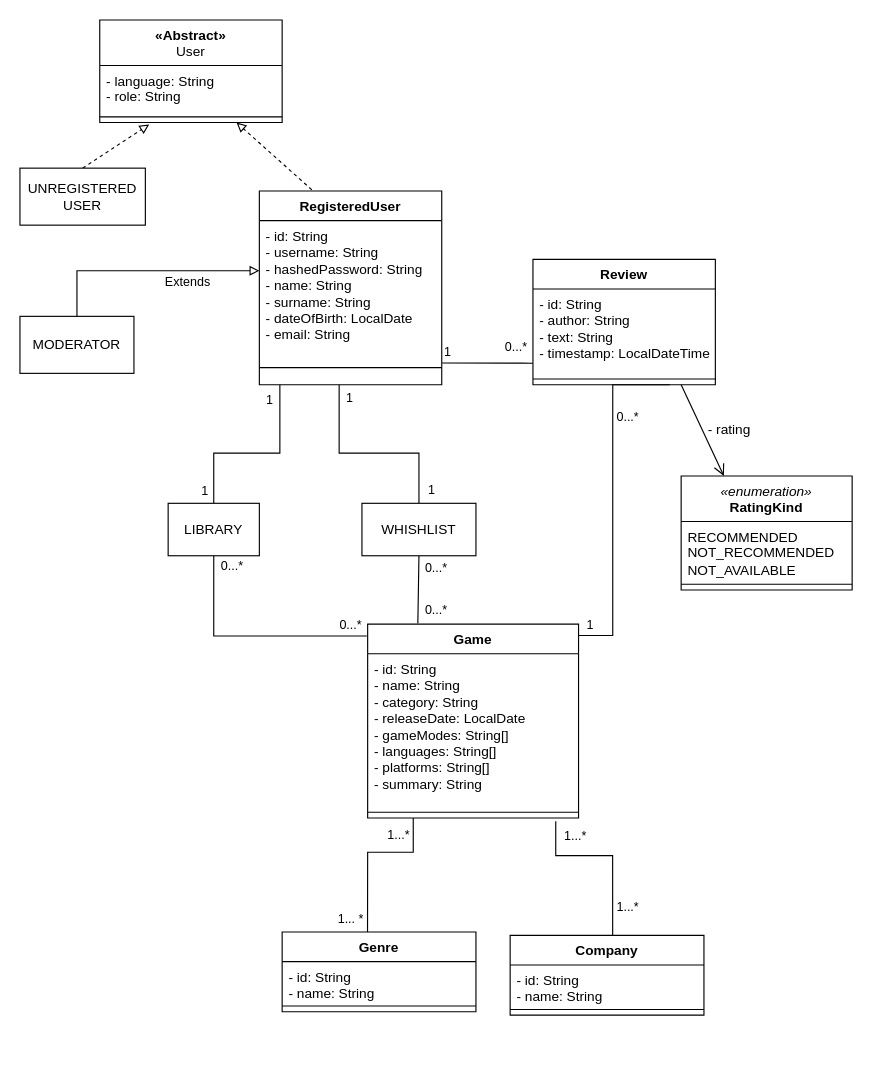
lorenzoceccanti/pixelindex keeps this draw.io diagram as Diagrams/UML class diagram (complete).drawio. Above is the earlier version. Source tidied: cells renumbered, new cells numbered last; positions are measured from the earlier drawing's top-left corner, leaving out a move shared by most shapes. Both pictures are drawn from the tidied source at 114%, with x=0, y=0 at pixel (19, 19).
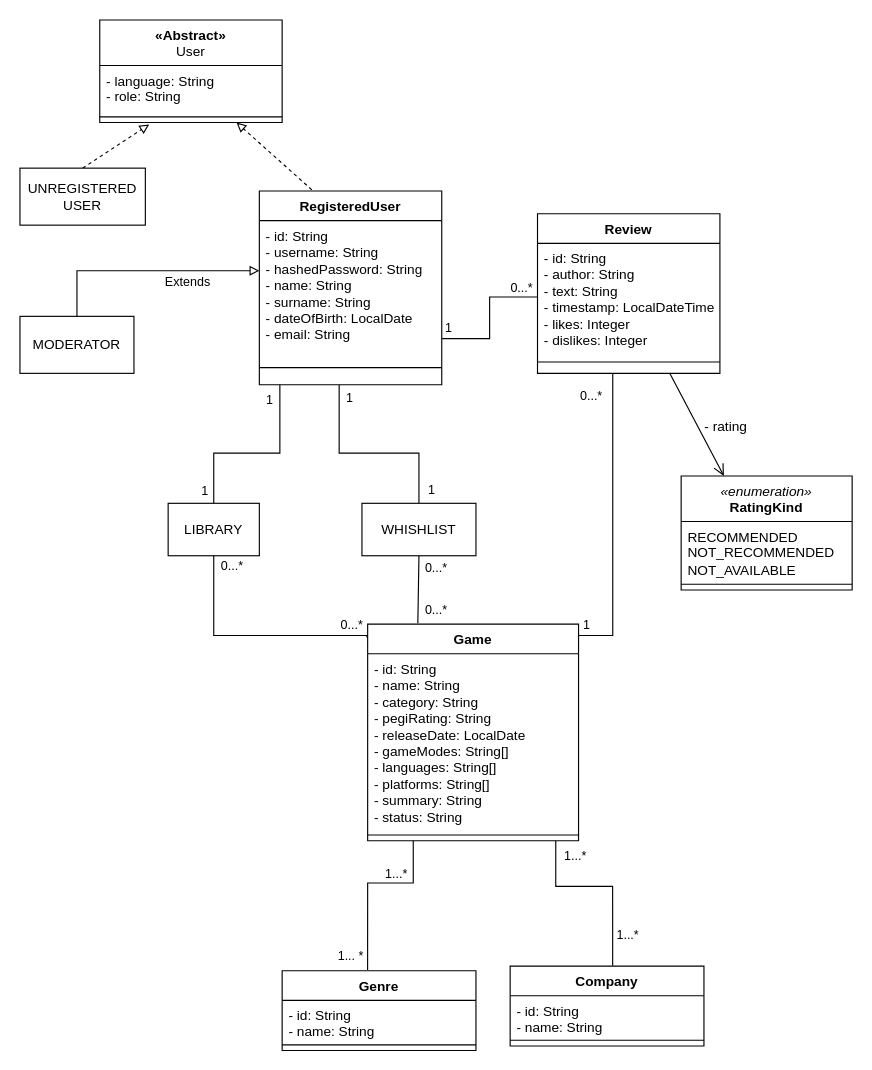
After the change.

Commit message:
aggiornati i campi del modello UML class diagram

The change refers to these unchanged cells:
```xml
<mxCell id="43" value="&lt;span style=&quot;font-style: italic; font-weight: normal;&quot;&gt;«enumeration»&lt;/span&gt;&lt;br&gt;RatingKind" style="swimlane;fontStyle=1;align=center;verticalAlign=top;horizontal=1;startSize=40;whiteSpace=wrap;html=1;fillStyle=auto;" parent="1" vertex="1">
  <mxGeometry x="580" y="400" width="150" height="100" as="geometry" />
</mxCell>
<mxCell id="52" value="- id: String&lt;br&gt;- username: String&lt;br&gt;- hashedPassword: String&lt;br&gt;- name: String&lt;br&gt;- surname: String&lt;br&gt;- dateOfBirth: LocalDate&lt;br&gt;- email: String" style="text;strokeColor=none;fillColor=none;align=left;verticalAlign=top;spacingLeft=4;spacingRight=4;overflow=hidden;points=[[0,0.5],[1,0.5]];portConstraint=eastwest;whiteSpace=wrap;html=1;" parent="51" vertex="1">
  <mxGeometry y="26" width="160" height="114" as="geometry" />
</mxCell>
<mxCell id="53" style="line;strokeWidth=1;fillColor=none;align=left;verticalAlign=middle;spacingTop=-1;spacingLeft=3;spacingRight=3;labelPosition=right;points=[];portConstraint=eastwest;strokeColor=inherit;" parent="51" vertex="1">
  <mxGeometry y="140" width="160" height="30" as="geometry" />
</mxCell>
```

Change to the diagram source:
```diff
@@
-    <mxCell id="11" style="edgeStyle=orthogonalEdgeStyle;rounded=0;jettySize=auto;html=1;entryX=0;entryY=0.88;entryDx=0;entryDy=0;endArrow=none;endFill=0;exitX=1.002;exitY=0.365;exitDx=0;exitDy=0;exitPerimeter=0;entryPerimeter=0;" parent="1" edge="1" source="53" target="29">
-      <mxGeometry relative="1" as="geometry">
-        <Array as="points">
-          <mxPoint x="440" y="301" />
-        </Array>
-      </mxGeometry>
+    <mxCell id="11" style="edgeStyle=orthogonalEdgeStyle;rounded=0;jettySize=auto;html=1;endArrow=none;endFill=0;exitX=1.002;exitY=0.908;exitDx=0;exitDy=0;exitPerimeter=0;" parent="1" edge="1" source="52" target="29">
+      <mxGeometry relative="1" as="geometry" />
     </mxCell>
@@
     <mxCell id="13" value="0...*" style="edgeLabel;html=1;align=center;verticalAlign=middle;" parent="11" vertex="1">
       <mxGeometry x="0.93" relative="1" as="geometry">
-        <mxPoint x="-13" y="-15" as="offset" />
+        <mxPoint x="-10" y="-9" as="offset" />
       </mxGeometry>
     </mxCell>
@@
     <mxCell id="25" style="edgeStyle=orthogonalEdgeStyle;rounded=0;orthogonalLoop=1;jettySize=auto;html=1;exitX=1;exitY=0.5;exitDx=0;exitDy=0;endArrow=none;endFill=0;" parent="1" edge="1">
       <mxGeometry relative="1" as="geometry">
         <mxPoint x="410" y="541.1" as="sourcePoint" />
-        <mxPoint x="570" y="320" as="targetPoint" />
+        <mxPoint x="520" y="310" as="targetPoint" />
         <Array as="points">
           <mxPoint x="410" y="540" />
           <mxPoint x="520" y="540" />
           <mxPoint x="520" y="320" />
         </Array>
       </mxGeometry>
     </mxCell>
     <mxCell id="26" value="0...*" style="edgeLabel;html=1;align=center;verticalAlign=middle;" parent="25" vertex="1">
       <mxGeometry x="0.95" y="1" relative="1" as="geometry">
-        <mxPoint x="-28" y="28" as="offset" />
+        <mxPoint x="-19" y="11" as="offset" />
       </mxGeometry>
     </mxCell>
@@
     <mxCell id="28" value="Review" style="swimlane;fontStyle=1;align=center;verticalAlign=top;horizontal=1;startSize=26;whiteSpace=wrap;html=1;fillStyle=auto;" parent="1" vertex="1">
-      <mxGeometry x="450" y="210" width="160" height="110" as="geometry" />
+      <mxGeometry x="454" y="170" width="160" height="140" as="geometry" />
     </mxCell>
-    <mxCell id="29" value="- id: String&lt;br&gt;- author: String&lt;br&gt;- text: String&lt;br&gt;- timestamp: LocalDateTime" style="text;strokeColor=none;fillColor=none;align=left;verticalAlign=top;spacingLeft=4;spacingRight=4;overflow=hidden;points=[[0,0.5],[1,0.5]];portConstraint=eastwest;whiteSpace=wrap;html=1;" parent="28" vertex="1">
-      <mxGeometry y="26" width="160" height="74" as="geometry" />
+    <mxCell id="29" value="- id: String&lt;br&gt;- author: String&lt;br&gt;- text: String&lt;br&gt;- timestamp: LocalDateTime&lt;br&gt;- likes: Integer&lt;br&gt;- dislikes: Integer" style="text;strokeColor=none;fillColor=none;align=left;verticalAlign=top;spacingLeft=4;spacingRight=4;overflow=hidden;points=[[0,0.5],[1,0.5]];portConstraint=eastwest;whiteSpace=wrap;html=1;" parent="28" vertex="1">
+      <mxGeometry y="26" width="160" height="94" as="geometry" />
     </mxCell>
     <mxCell id="30" style="line;strokeWidth=1;fillColor=none;align=left;verticalAlign=middle;spacingTop=-1;spacingLeft=3;spacingRight=3;labelPosition=right;strokeColor=inherit;" parent="28" vertex="1">
-      <mxGeometry y="100" width="160" height="10" as="geometry" />
+      <mxGeometry y="120" width="160" height="20" as="geometry" />
     </mxCell>
     <mxCell id="31" value="Company" style="swimlane;fontStyle=1;align=center;verticalAlign=top;horizontal=1;startSize=26;whiteSpace=wrap;html=1;" parent="1" vertex="1">
-      <mxGeometry x="430" y="803" width="170" height="70" as="geometry" />
+      <mxGeometry x="430" y="830" width="170" height="70" as="geometry" />
     </mxCell>
@@
-    <mxCell id="34" style="endArrow=none;html=1;rounded=0;exitX=0.558;exitY=0.01;exitDx=0;exitDy=0;entryX=0.25;entryY=1;entryDx=0;entryDy=0;exitPerimeter=0;" parent="1" edge="1">
+    <mxCell id="34" style="endArrow=none;html=1;rounded=0;exitX=0.441;exitY=-0.01;exitDx=0;exitDy=0;exitPerimeter=0;" parent="1" edge="1" source="54">
       <mxGeometry relative="1" as="geometry">
-        <mxPoint x="304.9" y="800.7" as="sourcePoint" />
-        <mxPoint x="345" y="700" as="targetPoint" />
+        <mxPoint x="345" y="720" as="targetPoint" />
         <Array as="points">
-          <mxPoint x="305" y="730.1" />
-          <mxPoint x="345" y="730.1" />
-          <mxPoint x="345" y="720.1" />
+          <mxPoint x="305" y="757.1" />
+          <mxPoint x="345" y="757.1" />
+          <mxPoint x="345" y="747.1" />
         </Array>
       </mxGeometry>
     </mxCell>
     <mxCell id="35" value="1...*" style="edgeLabel;html=1;align=center;verticalAlign=middle;" parent="34" vertex="1">
       <mxGeometry x="0.84" y="2" relative="1" as="geometry">
-        <mxPoint x="-12" y="3" as="offset" />
+        <mxPoint x="-14" y="16" as="offset" />
       </mxGeometry>
     </mxCell>
@@
-    <mxCell id="37" style="edgeStyle=orthogonalEdgeStyle;rounded=0;jettySize=auto;html=1;entryX=0.75;entryY=1;entryDx=0;entryDy=0;endArrow=none;endFill=0;exitX=0.529;exitY=-0.005;exitDx=0;exitDy=0;exitPerimeter=0;" parent="1" edge="1" source="31">
+    <mxCell id="37" style="edgeStyle=orthogonalEdgeStyle;rounded=0;jettySize=auto;html=1;endArrow=none;endFill=0;exitX=0.529;exitY=-0.005;exitDx=0;exitDy=0;exitPerimeter=0;" parent="1" edge="1" source="31">
       <mxGeometry relative="1" as="geometry">
-        <mxPoint x="470" y="703" as="targetPoint" />
+        <mxPoint x="470" y="720" as="targetPoint" />
         <Array as="points">
-          <mxPoint x="520" y="733" />
-          <mxPoint x="470" y="733" />
+          <mxPoint x="520" y="760" />
+          <mxPoint x="470" y="760" />
         </Array>
       </mxGeometry>
     </mxCell>
@@
     <mxCell id="40" value="Game" style="swimlane;fontStyle=1;align=center;verticalAlign=top;horizontal=1;startSize=26;whiteSpace=wrap;html=1;fillStyle=auto;" parent="1" vertex="1">
-      <mxGeometry x="305" y="530" width="185" height="170" as="geometry" />
+      <mxGeometry x="305" y="530" width="185" height="190" as="geometry" />
     </mxCell>
-    <mxCell id="41" value="- id: String&lt;br&gt;- name: String&lt;br&gt;- category: String&lt;br&gt;- releaseDate: LocalDate&lt;br&gt;- gameModes: String[]&lt;br&gt;- languages: String[]&lt;br&gt;- platforms: String[]&lt;br&gt;- summary: String" style="text;strokeColor=none;fillColor=none;align=left;verticalAlign=top;spacingLeft=4;spacingRight=4;overflow=hidden;whiteSpace=wrap;html=1;" parent="40" vertex="1">
-      <mxGeometry y="26" width="185" height="134" as="geometry" />
+    <mxCell id="41" value="- id: String&lt;br&gt;- name: String&lt;br&gt;- category: String&lt;br&gt;- pegiRating: String&lt;br&gt;- releaseDate: LocalDate&lt;br&gt;- gameModes: String[]&lt;br&gt;- languages: String[]&lt;br&gt;- platforms: String[]&lt;br&gt;- summary: String&lt;br&gt;- status: String" style="text;strokeColor=none;fillColor=none;align=left;verticalAlign=top;spacingLeft=4;spacingRight=4;overflow=hidden;whiteSpace=wrap;html=1;" parent="40" vertex="1">
+      <mxGeometry y="26" width="185" height="154" as="geometry" />
     </mxCell>
     <mxCell id="42" style="line;strokeWidth=1;fillColor=none;align=left;verticalAlign=middle;spacingTop=-1;spacingLeft=3;spacingRight=3;labelPosition=right;strokeColor=inherit;" parent="40" vertex="1">
-      <mxGeometry y="160" width="185" height="10" as="geometry" />
+      <mxGeometry y="180" width="185" height="10" as="geometry" />
     </mxCell>
@@
     <mxCell id="46" style="endArrow=open;html=1;rounded=0;fontSize=12;startSize=8;endSize=8;curved=1;entryX=0.25;entryY=0;entryDx=0;entryDy=0;endFill=0;" parent="1" edge="1" target="43">
       <mxGeometry relative="1" as="geometry">
-        <mxPoint x="580" y="320" as="sourcePoint" />
+        <mxPoint x="570" y="310" as="sourcePoint" />
       </mxGeometry>
     </mxCell>
@@
     <mxCell id="54" value="Genre" style="swimlane;fontStyle=1;align=center;verticalAlign=top;horizontal=1;startSize=26;whiteSpace=wrap;html=1;" parent="1" vertex="1">
-      <mxGeometry x="230" y="800" width="170" height="70" as="geometry" />
+      <mxGeometry x="230" y="834" width="170" height="70" as="geometry" />
     </mxCell>
```
